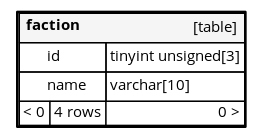
Above: diagrams/orphans/faction.1degree.png in FAForever/db (Graphviz), before the change. Its source is kept beside it as diagrams/orphans/faction.1degree.dot.
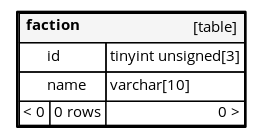
The same file after the commit.

The edit, as a diff of the source:
```diff
@@ -22,7 +22,7 @@
       <TR><TD COLSPAN="4"  BGCOLOR="#f5f5f5"><TABLE BORDER="0" CELLSPACING="0"><TR><TD ALIGN="LEFT"><B>faction</B></TD><TD ALIGN="RIGHT">[table]</TD></TR></TABLE></TD></TR>
       <TR><TD PORT="id" COLSPAN="2" ALIGN="LEFT"><TABLE BORDER="0" CELLSPACING="0" ALIGN="LEFT"><TR ALIGN="LEFT"><TD ALIGN="LEFT" FIXEDSIZE="TRUE" WIDTH="15" HEIGHT="16"></TD><TD ALIGN="LEFT" FIXEDSIZE="TRUE" WIDTH="42" HEIGHT="16">id</TD></TR></TABLE></TD><TD PORT="id.type" ALIGN="LEFT">tinyint unsigned[3]</TD></TR>
       <TR><TD PORT="name" COLSPAN="2" ALIGN="LEFT"><TABLE BORDER="0" CELLSPACING="0" ALIGN="LEFT"><TR ALIGN="LEFT"><TD ALIGN="LEFT" FIXEDSIZE="TRUE" WIDTH="15" HEIGHT="16"></TD><TD ALIGN="LEFT" FIXEDSIZE="TRUE" WIDTH="42" HEIGHT="16">name</TD></TR></TABLE></TD><TD PORT="name.type" ALIGN="LEFT">varchar[10]</TD></TR>
-      <TR><TD ALIGN="LEFT" BGCOLOR="#ffffff">&lt; 0</TD><TD ALIGN="RIGHT" BGCOLOR="#ffffff">4 rows</TD><TD ALIGN="RIGHT" BGCOLOR="#ffffff">0 &gt;</TD></TR>
+      <TR><TD ALIGN="LEFT" BGCOLOR="#ffffff">&lt; 0</TD><TD ALIGN="RIGHT" BGCOLOR="#ffffff">0 rows</TD><TD ALIGN="RIGHT" BGCOLOR="#ffffff">0 &gt;</TD></TR>
     </TABLE>>
     URL="tables/faction.html"
     target="_top"
```
